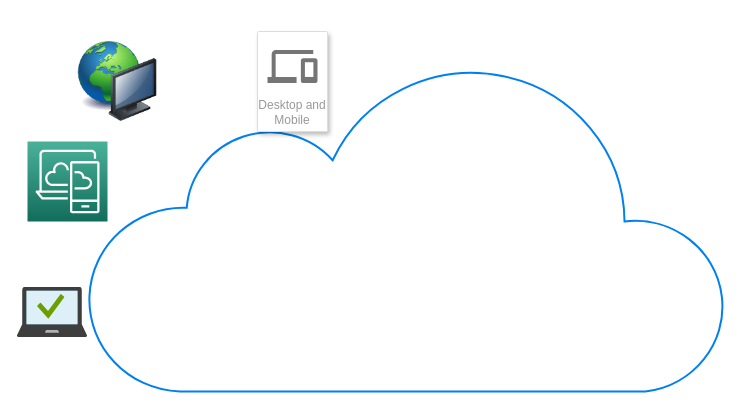
This is _includes/Untitled Diagram.drawio from sanitharao/twtsession, a draw.io file, before an edit. Source tidied: cells renumbered, new cells numbered last; positions are measured from the earlier drawing's top-left corner, leaving out a move shared by most shapes. Both pictures are drawn from the tidied source at 100%, with x=0, y=0 at pixel (17, 31).
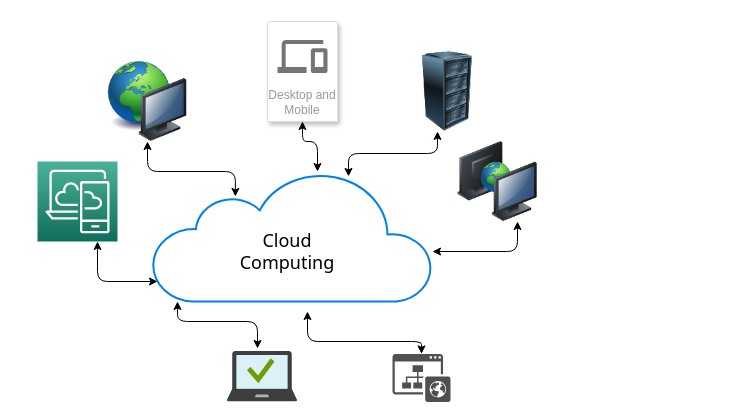
After the change.

Commit message:
cloud_computing

Diff of the diagram source:
```diff
@@
     <mxCell id="2" style="html=1;verticalLabelPosition=bottom;align=center;labelBackgroundColor=#ffffff;verticalAlign=top;strokeWidth=2;strokeColor=#0080F0;shadow=0;dashed=0;shape=mxgraph.ios7.icons.cloud;" parent="1" vertex="1">
-      <mxGeometry x="70" y="30" width="640" height="330" as="geometry" />
+      <mxGeometry x="135" y="140" width="280" height="130" as="geometry" />
     </mxCell>
     <mxCell id="3" style="image;html=1;image=img/lib/clip_art/computers/Network_128x128.png;" parent="1" vertex="1">
-      <mxGeometry x="60" y="10" width="80" height="80" as="geometry" />
+      <mxGeometry x="90" y="30" width="80" height="80" as="geometry" />
     </mxCell>
     <mxCell id="4" value="Desktop and Mobile" style="strokeColor=#dddddd;shadow=1;strokeWidth=1;rounded=1;absoluteArcSize=1;arcSize=2;labelPosition=center;verticalLabelPosition=middle;align=center;verticalAlign=bottom;spacingLeft=0;fontColor=#999999;fontSize=12;whiteSpace=wrap;spacingBottom=2;" parent="1" vertex="1">
-      <mxGeometry x="240" width="70" height="100" as="geometry" />
+      <mxGeometry x="250" y="-10" width="70" height="100" as="geometry" />
     </mxCell>
@@
     <mxCell id="6" style="fontColor=#232F3E;gradientColor=#4AB29A;gradientDirection=north;fillColor=#116D5B;strokeColor=#ffffff;dashed=0;verticalLabelPosition=bottom;verticalAlign=top;align=center;html=1;fontSize=12;fontStyle=0;shape=mxgraph.aws4.resourceIcon;resIcon=mxgraph.aws4.desktop_and_app_streaming;" parent="1" vertex="1">
-      <mxGeometry x="10" y="110" width="80" height="80" as="geometry" />
+      <mxGeometry x="20" y="130" width="80" height="80" as="geometry" />
     </mxCell>
     <mxCell id="7" style="html=1;points=[];align=center;image;fontSize=12;image=img/lib/mscae/Managed_Desktop.svg;" parent="1" vertex="1">
-      <mxGeometry y="255.6" width="70" height="50.4" as="geometry" />
+      <mxGeometry x="210" y="320" width="70" height="50.4" as="geometry" />
     </mxCell>
+    <mxCell id="8" style="image;html=1;image=img/lib/clip_art/computers/Server_Rack_128x128.png;" parent="1" vertex="1">
+      <mxGeometry x="390" y="20" width="80" height="80" as="geometry" />
+    </mxCell>
+    <mxCell id="9" style="image;html=1;image=img/lib/clip_art/computers/Network_2_128x128.png;" parent="1" vertex="1">
+      <mxGeometry x="440" y="110" width="80" height="80" as="geometry" />
+    </mxCell>
+    <mxCell id="10" style="shadow=0;dashed=0;html=1;strokeColor=none;fillColor=#505050;labelPosition=center;verticalLabelPosition=bottom;verticalAlign=top;outlineConnect=0;align=center;shape=mxgraph.office.sites.website_public;" parent="1" vertex="1">
+      <mxGeometry x="375" y="322.4" width="58" height="48" as="geometry" />
+    </mxCell>
+    <mxCell id="11" value="&lt;font size=&quot;1&quot; face=&quot;Tahoma&quot;&gt;&lt;span style=&quot;font-size: 18px&quot;&gt;Cloud Computing&lt;/span&gt;&lt;/font&gt;" style="text;html=1;strokeColor=none;fillColor=none;align=center;verticalAlign=middle;whiteSpace=wrap;rounded=0;" parent="1" vertex="1">
+      <mxGeometry x="195" y="200" width="150" height="40" as="geometry" />
+    </mxCell>
+    <mxCell id="12" style="edgeStyle=elbowEdgeStyle;elbow=vertical;endArrow=classic;html=1;entryX=0.5;entryY=1;entryDx=0;entryDy=0;startArrow=classic;startFill=1;rounded=1;exitX=0.296;exitY=0.192;exitDx=0;exitDy=0;exitPerimeter=0;" parent="1" edge="1" source="2" target="3">
+      <mxGeometry relative="1" as="geometry">
+        <Array as="points">
+          <mxPoint x="190" y="140" />
+        </Array>
+      </mxGeometry>
+    </mxCell>
+    <mxCell id="13" style="edgeStyle=elbowEdgeStyle;elbow=vertical;endArrow=classic;html=1;entryX=0.5;entryY=1;entryDx=0;entryDy=0;startArrow=classic;startFill=1;rounded=1;" parent="1" edge="1" source="2" target="4">
+      <mxGeometry relative="1" as="geometry">
+        <Array as="points">
+          <mxPoint x="300" y="110" />
+          <mxPoint x="290" y="120" />
+        </Array>
+      </mxGeometry>
+    </mxCell>
+    <mxCell id="14" style="edgeStyle=elbowEdgeStyle;elbow=vertical;endArrow=classic;html=1;startArrow=classic;startFill=1;rounded=1;exitX=0.7;exitY=0.038;exitDx=0;exitDy=0;exitPerimeter=0;" parent="1" edge="1" source="2">
+      <mxGeometry relative="1" as="geometry">
+        <mxPoint x="420" y="100" as="targetPoint" />
+      </mxGeometry>
+    </mxCell>
+    <mxCell id="15" style="edgeStyle=elbowEdgeStyle;elbow=vertical;endArrow=classic;html=1;startArrow=classic;startFill=1;rounded=1;" parent="1" edge="1">
+      <mxGeometry relative="1" as="geometry">
+        <mxPoint x="140" y="250" as="sourcePoint" />
+        <mxPoint x="80" y="210" as="targetPoint" />
+        <Array as="points">
+          <mxPoint x="80" y="250" />
+        </Array>
+      </mxGeometry>
+    </mxCell>
+    <mxCell id="16" style="edgeStyle=elbowEdgeStyle;elbow=vertical;endArrow=classic;html=1;entryX=0.75;entryY=1;entryDx=0;entryDy=0;startArrow=classic;startFill=1;rounded=1;" parent="1" edge="1" source="2" target="9">
+      <mxGeometry relative="1" as="geometry">
+        <Array as="points">
+          <mxPoint x="440" y="220" />
+          <mxPoint x="440" y="240" />
+          <mxPoint x="470" y="220" />
+          <mxPoint x="480" y="220" />
+          <mxPoint x="470" y="230" />
+        </Array>
+      </mxGeometry>
+    </mxCell>
+    <mxCell id="17" style="edgeStyle=elbowEdgeStyle;elbow=vertical;endArrow=classic;html=1;startArrow=classic;startFill=1;rounded=1;" parent="1" edge="1" target="10">
+      <mxGeometry relative="1" as="geometry">
+        <mxPoint x="290" y="280" as="sourcePoint" />
+        <Array as="points">
+          <mxPoint x="340" y="310" />
+          <mxPoint x="340" y="310" />
+        </Array>
+      </mxGeometry>
+    </mxCell>
+    <mxCell id="18" style="edgeStyle=elbowEdgeStyle;elbow=vertical;endArrow=classic;html=1;startArrow=classic;startFill=1;rounded=1;exitX=0.429;exitY=-0.06;exitDx=0;exitDy=0;exitPerimeter=0;" parent="1" edge="1" source="7" target="2">
+      <mxGeometry relative="1" as="geometry">
+        <Array as="points">
+          <mxPoint x="160" y="290" />
+          <mxPoint x="160" y="300" />
+        </Array>
+      </mxGeometry>
+    </mxCell>
```
